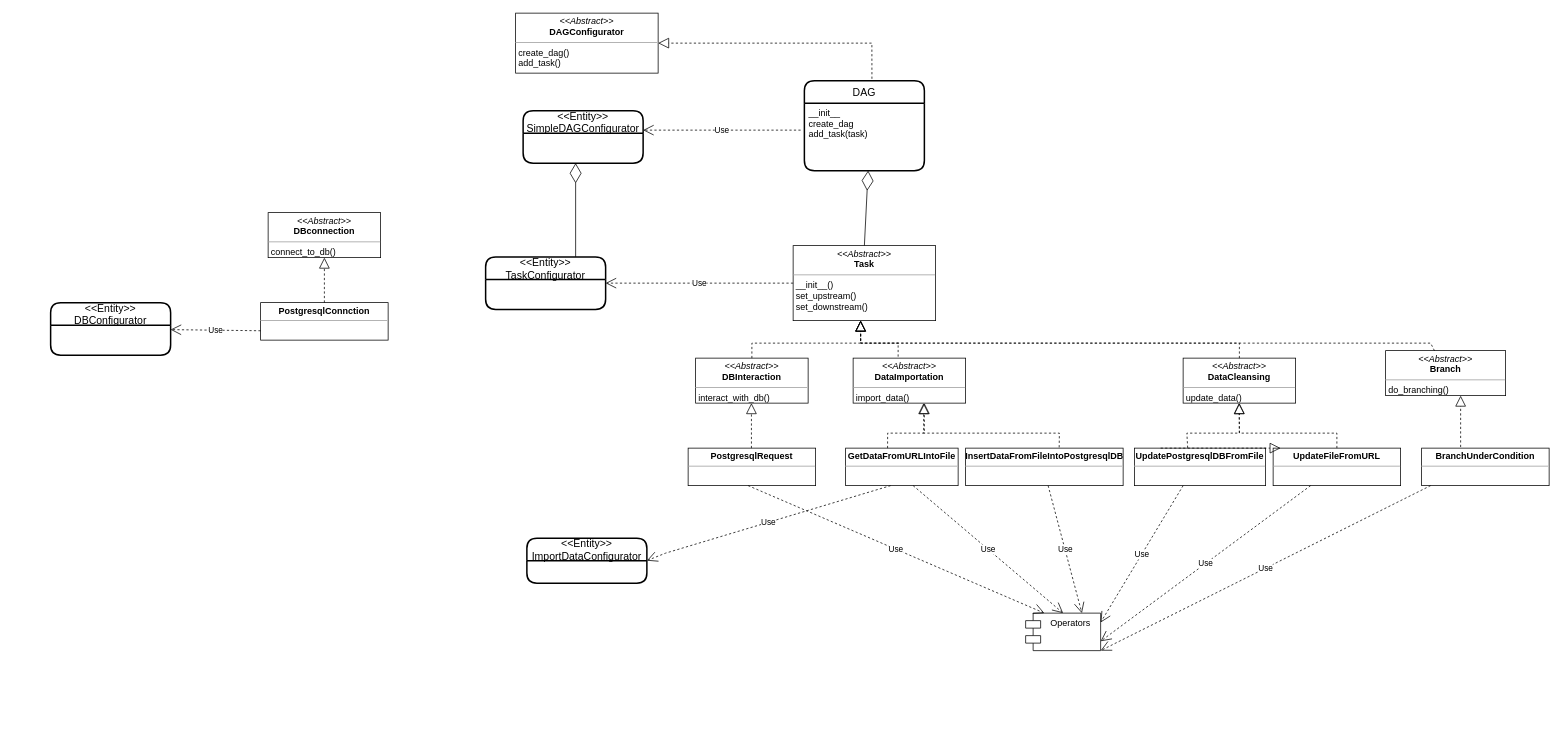
The draw.io diagram fastapi class diag.drawio in KadriR-hash/test-airflow, before the edit. Source tidied: cells renumbered, new cells numbered last; positions are measured from the earlier drawing's top-left corner, leaving out a move shared by most shapes. Both pictures are drawn from the tidied source at 75%, with x=0, y=0 at pixel (50, 13).
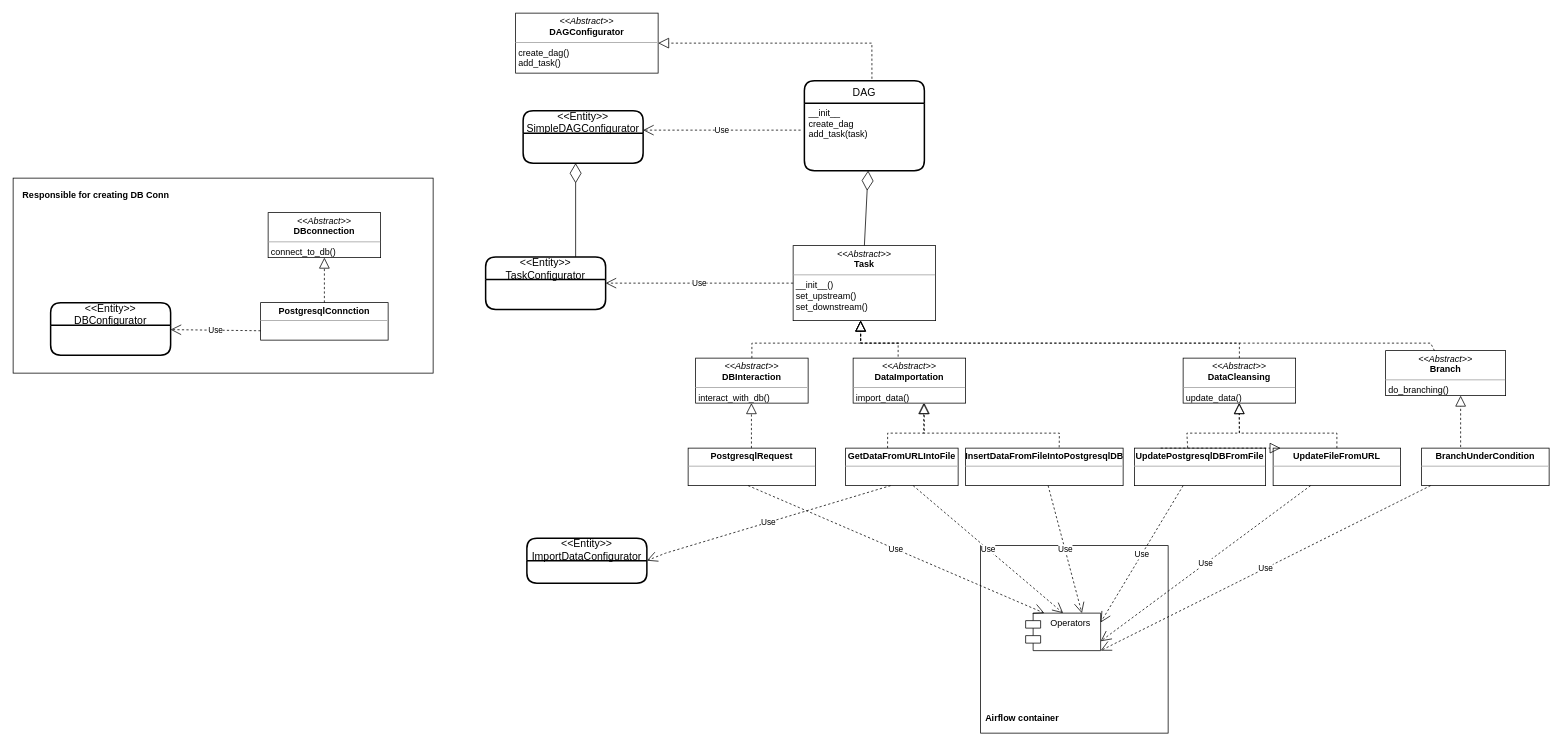
The same page after the edit.

Change to the diagram source:
```diff
@@
+    <mxCell id="48" style="rounded=0;whiteSpace=wrap;html=1;" parent="1" vertex="1">
+      <mxGeometry x="-50" y="220" width="560" height="260" as="geometry" />
+    </mxCell>
+    <mxCell id="49" value="&lt;br&gt;&lt;br&gt;&lt;br&gt;&lt;br&gt;" style="whiteSpace=wrap;html=1;" parent="1" vertex="1">
+      <mxGeometry x="1240" y="710" width="250" height="250" as="geometry" />
+    </mxCell>
@@
+    <mxCell id="50" value="Airflow container" style="text;align=center;fontStyle=1;verticalAlign=middle;spacingLeft=3;spacingRight=3;strokeColor=none;html=1;" parent="1" vertex="1">
+      <mxGeometry x="1250" y="920" width="90" height="40" as="geometry" />
+    </mxCell>
+    <mxCell id="51" value="Responsible for creating DB Conn" style="text;align=center;fontStyle=1;verticalAlign=middle;spacingLeft=3;spacingRight=3;strokeColor=none;points=[[0,0.5],[1,0.5]];portConstraint=eastwest;html=1;" parent="1" vertex="1">
+      <mxGeometry x="20" y="230" width="80" height="26" as="geometry" />
+    </mxCell>
+    <mxCell id="52" style="edgeStyle=orthogonalEdgeStyle;rounded=0;orthogonalLoop=1;jettySize=auto;html=1;exitX=1;exitY=0.5;exitDx=0;exitDy=0;" parent="1" edge="1" source="51" target="51">
+      <mxGeometry relative="1" as="geometry" />
+    </mxCell>
```
